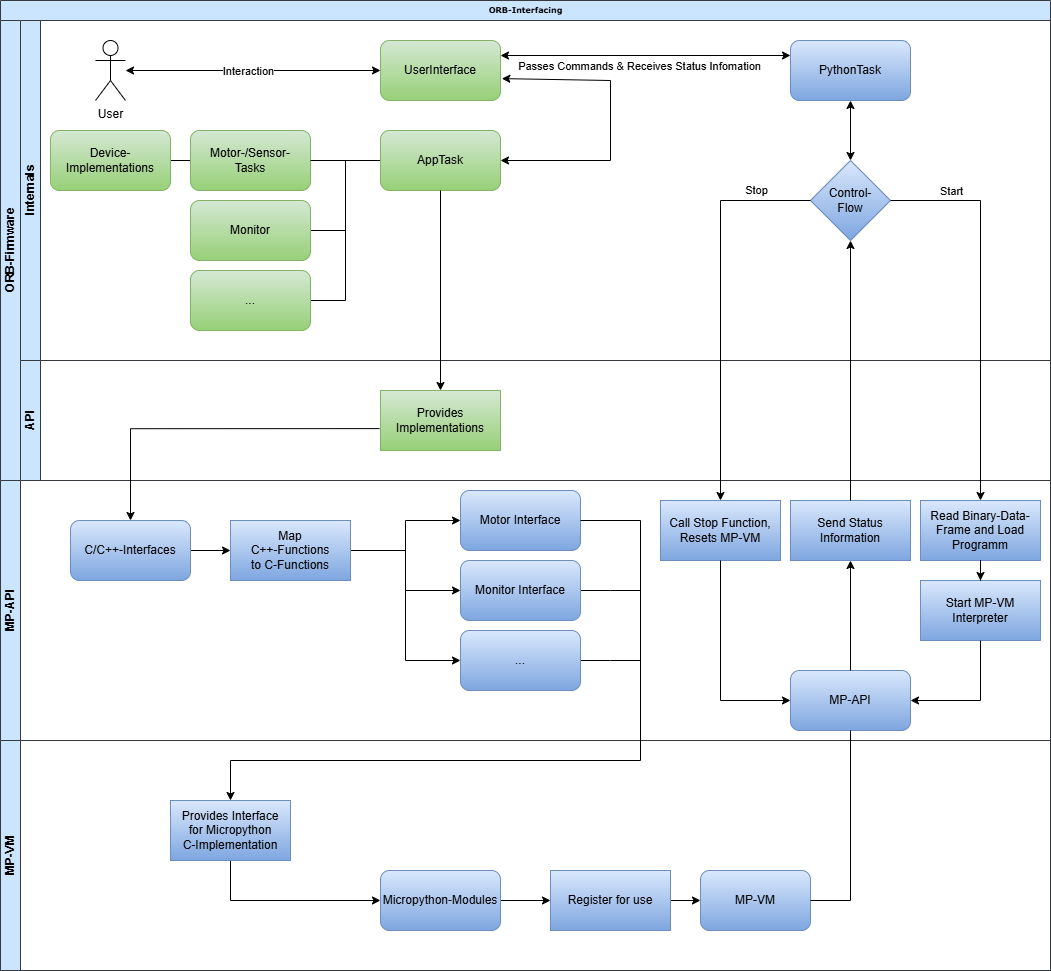
The draw.io diagram Dokumentation/Bilder/architektur.png in NiHoffmann/ORB, before a commit. Source tidied: cells renumbered, new cells last; positions are measured from the earlier drawing's top-left corner, leaving out a move shared by most shapes.
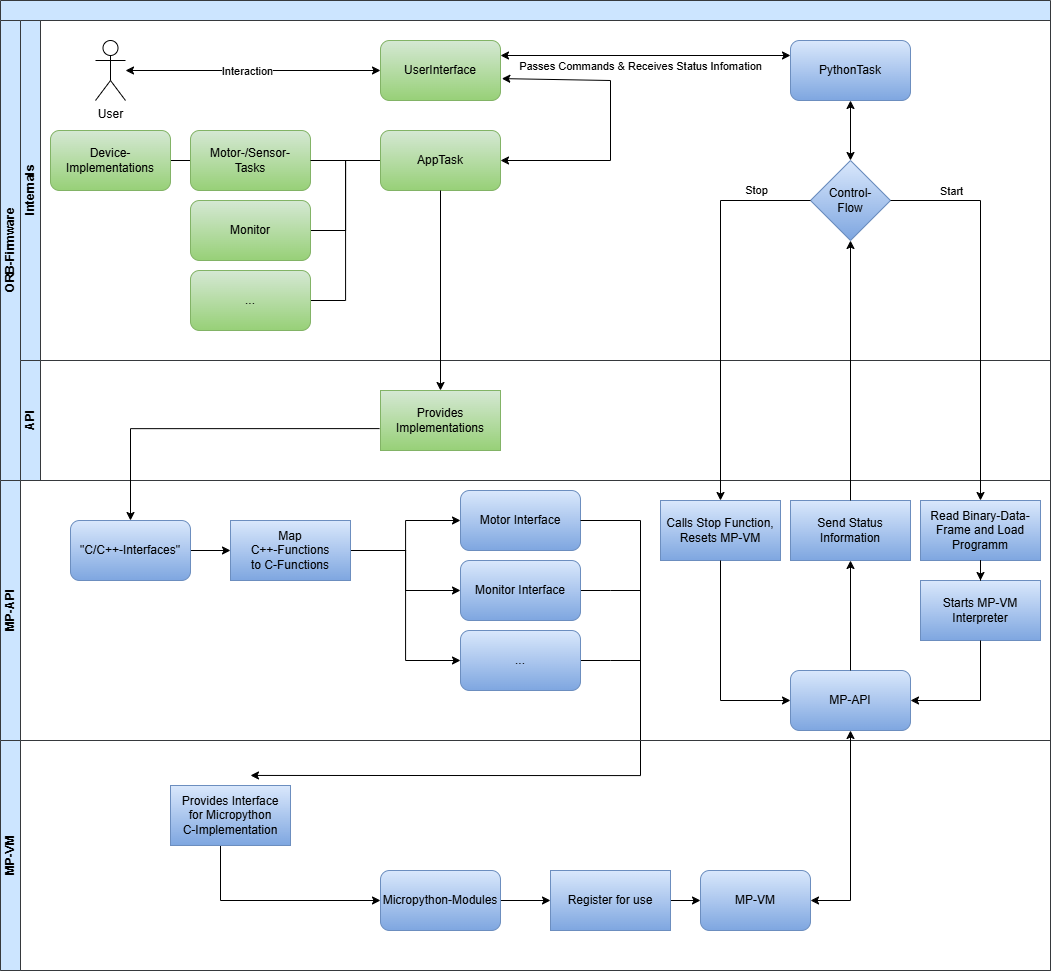
Above is the later version.

What changed in the source:
```diff
@@ -2,7 +2,7 @@
   <root>
     <mxCell id="0" />
     <mxCell id="1" parent="0" />
-    <mxCell id="2" value="ORB-Interfacing" style="swimlane;html=1;horizontal=1;startSize=20;rounded=0;shadow=0;labelBackgroundColor=none;strokeWidth=1;fontFamily=Verdana;fontSize=8;align=center;fillColor=#cce5ff;strokeColor=#36393d;" parent="1" vertex="1">
+    <mxCell id="2" style="swimlane;html=1;horizontal=1;startSize=20;rounded=0;shadow=0;labelBackgroundColor=none;strokeWidth=1;fontFamily=Verdana;fontSize=8;align=center;fillColor=#cce5ff;strokeColor=#36393d;" parent="1" vertex="1">
       <mxGeometry width="1050" height="970" as="geometry" />
     </mxCell>
     <mxCell id="3" value="ORB-Firmware" style="swimlane;html=1;startSize=20;horizontal=0;fillColor=#cce5ff;strokeColor=#36393d;" parent="2" vertex="1">
@@ -26,11 +26,8 @@
     <mxCell id="9" value="Device-Implementations" style="rounded=1;whiteSpace=wrap;html=1;fillColor=#d5e8d4;strokeColor=#82b366;gradientColor=#97d077;" parent="6" vertex="1">
       <mxGeometry x="30" y="110" width="120" height="60" as="geometry" />
     </mxCell>
-    <mxCell id="10" style="edgeStyle=orthogonalEdgeStyle;rounded=0;orthogonalLoop=1;jettySize=auto;html=1;entryX=1;entryY=0.5;entryDx=0;entryDy=0;endArrow=none;endFill=0;" parent="6" edge="1">
-      <mxGeometry relative="1" as="geometry">
-        <mxPoint x="360" y="140" as="sourcePoint" />
-        <mxPoint x="290" y="140" as="targetPoint" />
-      </mxGeometry>
+    <mxCell id="10" style="edgeStyle=orthogonalEdgeStyle;rounded=0;jettySize=auto;html=1;entryX=1;entryY=0.5;entryDx=0;entryDy=0;endArrow=none;endFill=0;" parent="6" edge="1" source="13" target="8">
+      <mxGeometry relative="1" as="geometry" />
     </mxCell>
     <mxCell id="11" style="edgeStyle=orthogonalEdgeStyle;rounded=0;jettySize=auto;html=1;entryX=1;entryY=0.5;entryDx=0;entryDy=0;endArrow=none;endFill=0;" parent="6" edge="1" source="13" target="14">
       <mxGeometry relative="1" as="geometry" />
@@ -99,7 +96,7 @@
     <mxCell id="29" style="edgeStyle=orthogonalEdgeStyle;rounded=0;jettySize=auto;html=1;entryX=0;entryY=0.5;entryDx=0;entryDy=0;" parent="28" edge="1" source="30" target="34">
       <mxGeometry relative="1" as="geometry" />
     </mxCell>
-    <mxCell id="30" value="C/C++-Interfaces" style="rounded=1;whiteSpace=wrap;html=1;fillColor=#dae8fc;strokeColor=#6c8ebf;gradientColor=#7ea6e0;" parent="28" vertex="1">
+    <mxCell id="30" value="&quot;C/C++-Interfaces&quot;" style="rounded=1;whiteSpace=wrap;html=1;fillColor=#dae8fc;strokeColor=#6c8ebf;gradientColor=#7ea6e0;" parent="28" vertex="1">
       <mxGeometry x="70" y="40" width="120" height="60" as="geometry" />
     </mxCell>
     <mxCell id="31" style="edgeStyle=orthogonalEdgeStyle;rounded=0;jettySize=auto;html=1;entryX=0;entryY=0.5;entryDx=0;entryDy=0;" parent="28" edge="1" source="34" target="35">
@@ -136,7 +133,7 @@
     <mxCell id="40" value="MP-API" style="rounded=1;whiteSpace=wrap;html=1;fillColor=#dae8fc;gradientColor=#7ea6e0;strokeColor=#6c8ebf;" parent="28" vertex="1">
       <mxGeometry x="790" y="190" width="120" height="60" as="geometry" />
     </mxCell>
-    <mxCell id="41" value="Call Stop Function,&lt;br&gt;Resets MP-VM" style="rounded=0;whiteSpace=wrap;html=1;fillColor=#dae8fc;gradientColor=#7ea6e0;strokeColor=#6c8ebf;" parent="28" vertex="1">
+    <mxCell id="41" value="Calls Stop Function,&lt;br&gt;Resets MP-VM" style="rounded=0;whiteSpace=wrap;html=1;fillColor=#dae8fc;gradientColor=#7ea6e0;strokeColor=#6c8ebf;" parent="28" vertex="1">
       <mxGeometry x="660" y="20" width="120" height="60" as="geometry" />
     </mxCell>
     <mxCell id="42" style="edgeStyle=orthogonalEdgeStyle;rounded=0;jettySize=auto;html=1;exitX=0.5;exitY=1;exitDx=0;exitDy=0;entryX=0;entryY=0.5;entryDx=0;entryDy=0;" parent="28" edge="1" source="41" target="40">
@@ -146,13 +143,23 @@
         </Array>
       </mxGeometry>
     </mxCell>
+    <mxCell id="64" style="edgeStyle=orthogonalEdgeStyle;rounded=0;orthogonalLoop=1;jettySize=auto;html=1;entryX=1;entryY=0.5;entryDx=0;entryDy=0;" parent="28" edge="1">
+      <mxGeometry relative="1" as="geometry">
+        <mxPoint x="580" y="40" as="sourcePoint" />
+        <mxPoint x="250" y="295" as="targetPoint" />
+        <Array as="points">
+          <mxPoint x="640" y="40" />
+          <mxPoint x="640" y="295" />
+        </Array>
+      </mxGeometry>
+    </mxCell>
     <mxCell id="43" value="Send Status Information" style="rounded=0;whiteSpace=wrap;html=1;fillColor=#dae8fc;gradientColor=#7ea6e0;strokeColor=#6c8ebf;" parent="28" vertex="1">
       <mxGeometry x="790" y="20" width="120" height="60" as="geometry" />
     </mxCell>
     <mxCell id="44" style="endArrow=classic;html=1;rounded=0;exitX=0.5;exitY=0;exitDx=0;exitDy=0;entryX=0.5;entryY=1;entryDx=0;entryDy=0;" parent="28" edge="1" source="40" target="43">
       <mxGeometry relative="1" as="geometry" />
     </mxCell>
-    <mxCell id="45" value="S&lt;span style=&quot;background-color: initial;&quot;&gt;tart MP-VM&lt;/span&gt;&lt;div&gt;Interpreter&lt;/div&gt;" style="rounded=0;whiteSpace=wrap;html=1;fillColor=#dae8fc;gradientColor=#7ea6e0;strokeColor=#6c8ebf;" parent="28" vertex="1">
+    <mxCell id="45" value="S&lt;span style=&quot;background-color: initial;&quot;&gt;tarts MP-VM&lt;/span&gt;&lt;div&gt;Interpreter&lt;/div&gt;" style="rounded=0;whiteSpace=wrap;html=1;fillColor=#dae8fc;gradientColor=#7ea6e0;strokeColor=#6c8ebf;" parent="28" vertex="1">
       <mxGeometry x="920" y="100" width="120" height="60" as="geometry" />
     </mxCell>
     <mxCell id="46" style="edgeStyle=orthogonalEdgeStyle;rounded=0;jettySize=auto;html=1;" parent="28" edge="1" source="45" target="40">
@@ -192,12 +199,12 @@
     <mxCell id="56" style="edgeStyle=orthogonalEdgeStyle;rounded=0;jettySize=auto;html=1;entryX=0;entryY=0.5;entryDx=0;entryDy=0;" parent="50" edge="1" source="57" target="52">
       <mxGeometry relative="1" as="geometry">
         <Array as="points">
-          <mxPoint x="230" y="160" />
+          <mxPoint x="220" y="160" />
         </Array>
       </mxGeometry>
     </mxCell>
     <mxCell id="57" value="Provides Interface&lt;br&gt;for Micropython&lt;br&gt;C-Implementation" style="rounded=0;whiteSpace=wrap;html=1;fillColor=#dae8fc;gradientColor=#7ea6e0;strokeColor=#6c8ebf;" parent="50" vertex="1">
-      <mxGeometry x="170" y="60" width="120" height="60" as="geometry" />
+      <mxGeometry x="170" y="45" width="120" height="60" as="geometry" />
     </mxCell>
     <mxCell id="58" style="edgeStyle=orthogonalEdgeStyle;rounded=0;jettySize=auto;html=1;entryX=0.5;entryY=0;entryDx=0;entryDy=0;exitX=0;exitY=0.5;exitDx=0;exitDy=0;" parent="2" edge="1" source="18" target="41">
       <mxGeometry relative="1" as="geometry">
@@ -226,21 +233,12 @@
         <mxPoint x="-32" y="-134" as="offset" />
       </mxGeometry>
     </mxCell>
-    <mxCell id="63" style="endArrow=none;html=1;rounded=0;exitX=1;exitY=0.5;exitDx=0;exitDy=0;entryX=0.5;entryY=1;entryDx=0;entryDy=0;" parent="2" edge="1" source="53" target="40">
+    <mxCell id="63" style="endArrow=classic;startArrow=classic;html=1;rounded=0;exitX=1;exitY=0.5;exitDx=0;exitDy=0;entryX=0.5;entryY=1;entryDx=0;entryDy=0;" parent="2" edge="1" source="53" target="40">
       <mxGeometry relative="1" as="geometry">
         <Array as="points">
           <mxPoint x="850" y="900" />
         </Array>
       </mxGeometry>
     </mxCell>
-    <mxCell id="64" style="edgeStyle=orthogonalEdgeStyle;rounded=0;jettySize=auto;html=1;entryX=0.5;entryY=0;entryDx=0;entryDy=0;exitX=1;exitY=0.5;exitDx=0;exitDy=0;" parent="2" edge="1" source="35" target="57">
-      <mxGeometry relative="1" as="geometry">
-        <Array as="points">
-          <mxPoint x="640" y="520" />
-          <mxPoint x="640" y="760" />
-          <mxPoint x="230" y="760" />
-        </Array>
-      </mxGeometry>
-    </mxCell>
   </root>
 </mxGraphModel>
```
